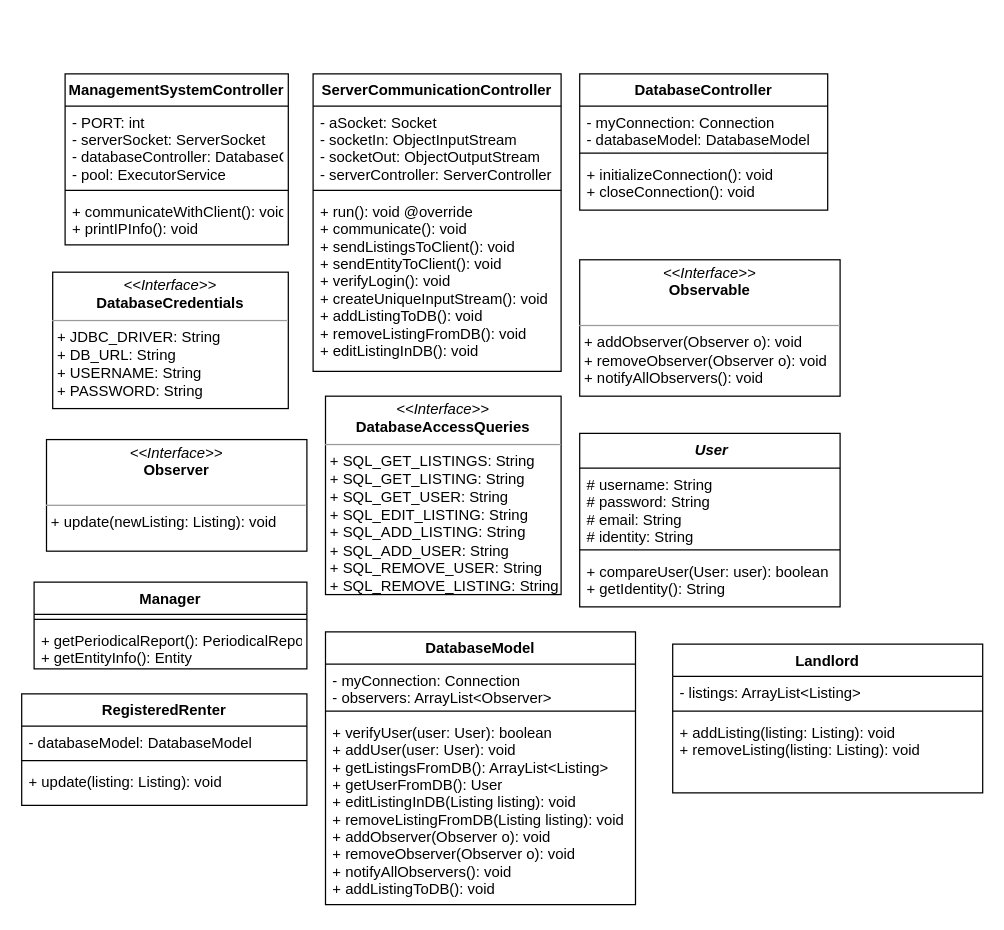
Before: page "Server" (1 of 2) of AttributesUMLDiagram.drawio in ryan-holt/ENSF480FinalProject, a draw.io diagram. Source tidied: cells renumbered, new cells numbered last; positions are measured from the earlier drawing's top-left corner, leaving out a move shared by most shapes. Both pictures are drawn from the tidied source at 124%, with x=0, y=0 at pixel (21, 73).
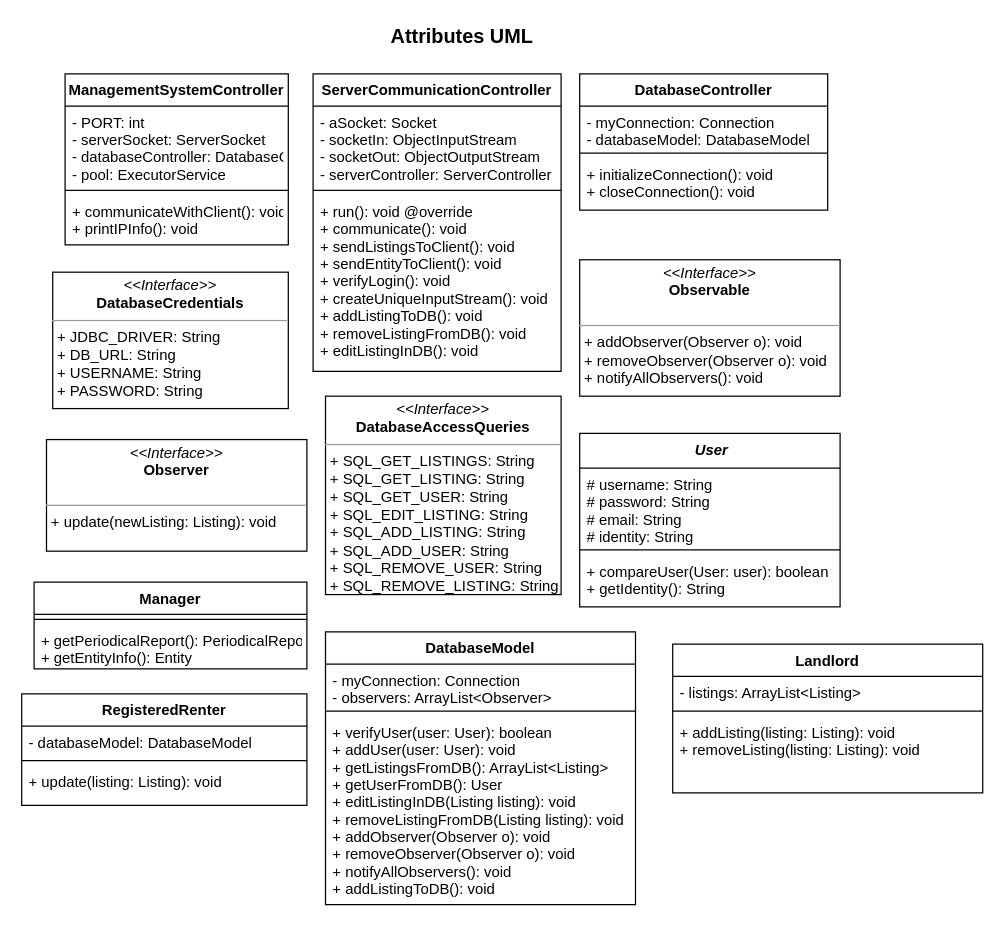
The same page after the edit.

Diff of the diagram source:
```diff
@@
+    <mxCell id="37" value="&lt;font style=&quot;font-size: 16px&quot;&gt;&lt;b&gt;Attributes UML&lt;/b&gt;&lt;/font&gt;" style="text;html=1;align=left;verticalAlign=top;spacingTop=-4;" parent="1" vertex="1">
+      <mxGeometry x="296" y="-42" width="130" height="20" as="geometry" />
+    </mxCell>
```
